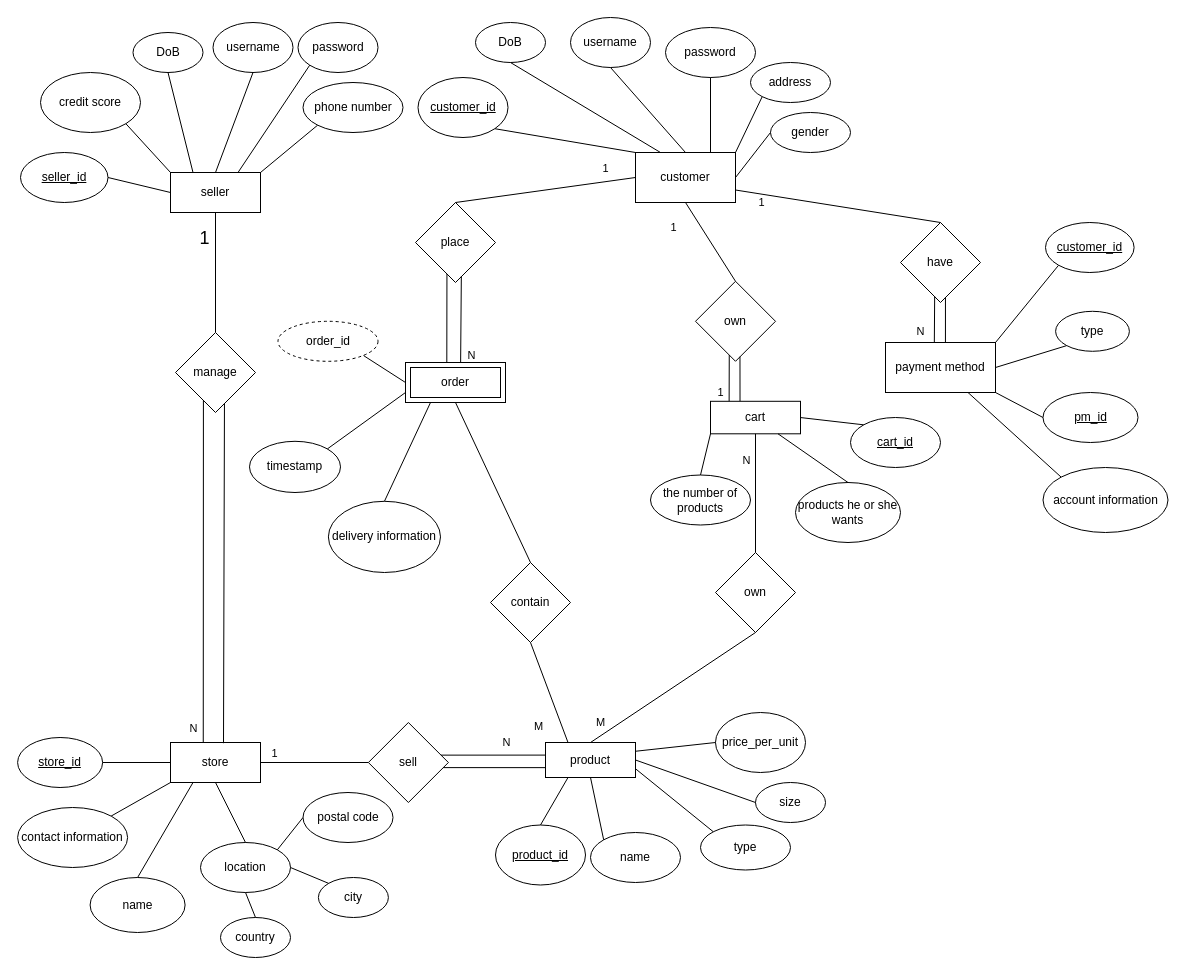
This is 9311-assignment-1.drawio from zhangnailiang/ER, a draw.io file, before an edit. Source tidied: cells renumbered, new cells numbered last; positions are measured from the earlier drawing's top-left corner, leaving out a move shared by most shapes. Both pictures are drawn from the tidied source at 100%, with x=0, y=0 at pixel (17, 17).
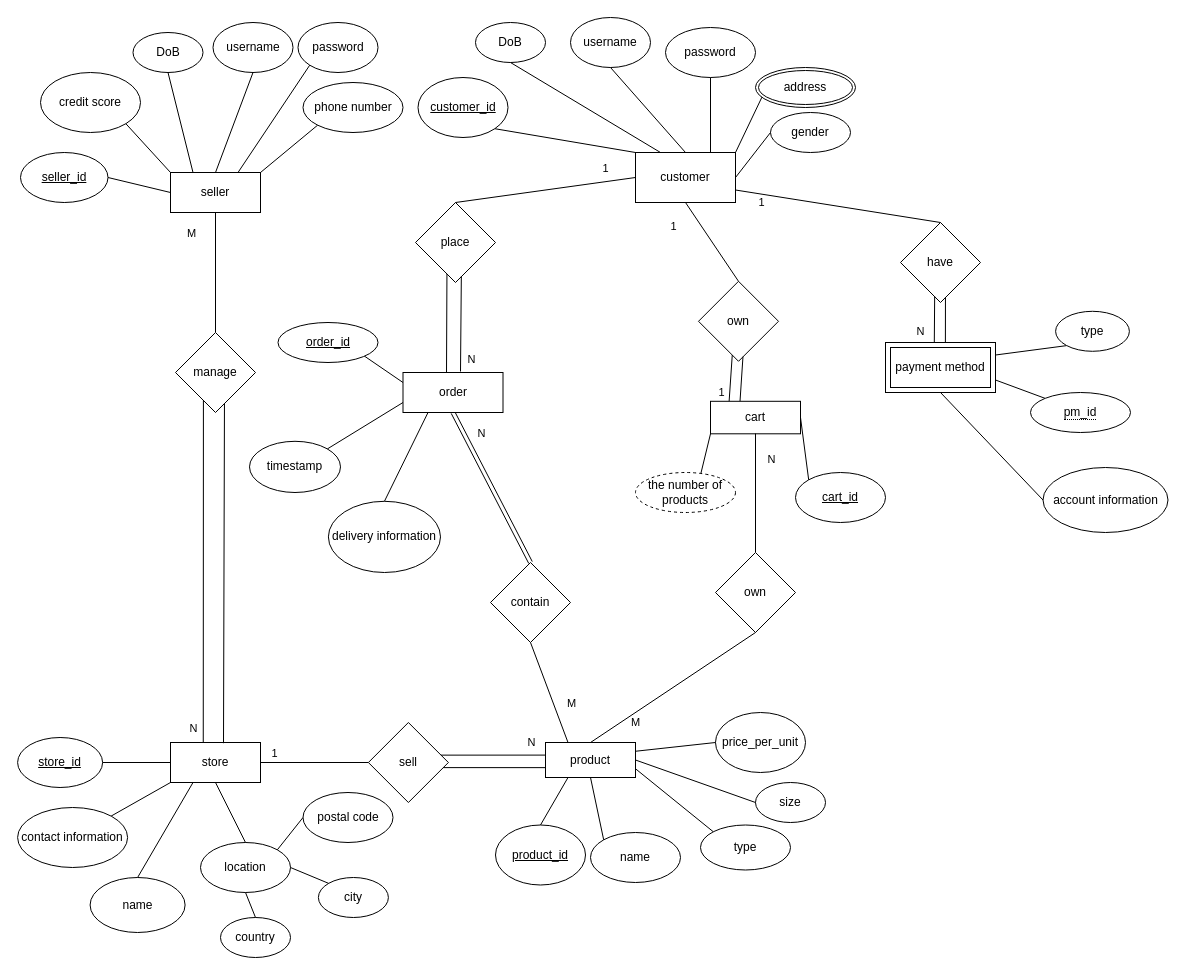
The same diagram, later.

Unchanged cells that the change refers to:
```xml
<mxCell id="17" value="customer" style="rounded=0;whiteSpace=wrap;html=1;" parent="1" vertex="1">
  <mxGeometry x="618" y="135" width="100" height="50" as="geometry" />
</mxCell>
<mxCell id="32" style="endArrow=none;html=1;rounded=0;entryX=0.5;entryY=1;entryDx=0;entryDy=0;" parent="1" edge="1" target="2">
  <mxGeometry relative="1" as="geometry">
    <mxPoint x="198" y="315" as="sourcePoint" />
  </mxGeometry>
</mxCell>
<mxCell id="41" value="place" style="rhombus;whiteSpace=wrap;html=1;" parent="1" vertex="1">
  <mxGeometry x="398" y="185" width="80" height="80" as="geometry" />
</mxCell>
<mxCell id="47" value="contain" style="rhombus;whiteSpace=wrap;html=1;" parent="1" vertex="1">
  <mxGeometry x="473" y="545" width="80" height="80" as="geometry" />
</mxCell>
<mxCell id="49" style="endArrow=none;html=1;rounded=0;exitX=0.25;exitY=0;exitDx=0;exitDy=0;entryX=0.5;entryY=1;entryDx=0;entryDy=0;" parent="1" edge="1" source="24" target="47">
  <mxGeometry relative="1" as="geometry" />
</mxCell>
<mxCell id="51" style="endArrow=none;html=1;rounded=0;entryX=0.002;entryY=0.36;entryDx=0;entryDy=0;entryPerimeter=0;exitX=0.907;exitY=0.408;exitDx=0;exitDy=0;exitPerimeter=0;" parent="1" edge="1" source="38" target="24">
  <mxGeometry relative="1" as="geometry" />
</mxCell>
<mxCell id="55" value="cart" style="rounded=0;whiteSpace=wrap;html=1;" parent="1" vertex="1">
  <mxGeometry x="693" y="383.8" width="90" height="32.5" as="geometry" />
</mxCell>
<mxCell id="60" value="type" style="ellipse;whiteSpace=wrap;html=1;" parent="1" vertex="1">
  <mxGeometry x="1038.1" y="293.8" width="73.8" height="40" as="geometry" />
</mxCell>
<mxCell id="61" value="account information" style="ellipse;whiteSpace=wrap;html=1;" parent="1" vertex="1">
  <mxGeometry x="1025.5" y="450" width="125" height="65" as="geometry" />
</mxCell>
<mxCell id="68" value="own" style="rhombus;whiteSpace=wrap;html=1;" parent="1" vertex="1">
  <mxGeometry x="698" y="535" width="80" height="80" as="geometry" />
</mxCell>
<mxCell id="71" style="endArrow=none;html=1;rounded=0;entryX=0.5;entryY=1;entryDx=0;entryDy=0;exitX=0.5;exitY=0;exitDx=0;exitDy=0;" parent="1" edge="1" source="24" target="68">
  <mxGeometry relative="1" as="geometry" />
</mxCell>
<mxCell id="73" value="have" style="rhombus;whiteSpace=wrap;html=1;" parent="1" vertex="1">
  <mxGeometry x="883" y="205" width="80" height="80" as="geometry" />
</mxCell>
```

Diff of the diagram source:
```diff
@@
-    <mxCell id="23" value="address" style="ellipse;whiteSpace=wrap;html=1;" parent="1" vertex="1">
-      <mxGeometry x="733" y="45" width="80" height="40" as="geometry" />
-    </mxCell>
@@
     <mxCell id="30" value="&lt;u&gt;cart_id&lt;/u&gt;" style="ellipse;whiteSpace=wrap;html=1;" parent="1" vertex="1">
-      <mxGeometry x="833" y="400" width="90" height="50" as="geometry" />
+      <mxGeometry x="778" y="455" width="90" height="50" as="geometry" />
     </mxCell>
-    <mxCell id="31" value="the number of products" style="ellipse;whiteSpace=wrap;html=1;" parent="1" vertex="1">
-      <mxGeometry x="633" y="457.5" width="100" height="50" as="geometry" />
-    </mxCell>
@@
-    <mxCell id="33" value="&lt;font style=&quot;font-size: 18px;&quot;&gt;1&lt;/font&gt;" style="edgeLabel;html=1;align=center;verticalAlign=middle;" parent="32" vertex="1">
-      <mxGeometry x="0.59" relative="1" as="geometry">
-        <mxPoint x="-12" as="offset" />
-      </mxGeometry>
-    </mxCell>
+    <mxCell id="116" value="M" style="edgeLabel;html=1;align=center;verticalAlign=middle;" parent="32" vertex="1">
+      <mxGeometry x="0.67" y="-3" relative="1" as="geometry">
+        <mxPoint x="-28" as="offset" />
+      </mxGeometry>
+    </mxCell>
@@
-    <mxCell id="44" style="endArrow=none;html=1;rounded=0;entryX=0.393;entryY=0.893;entryDx=0;entryDy=0;entryPerimeter=0;exitX=0.417;exitY=-0.008;exitDx=0;exitDy=0;exitPerimeter=0;" parent="1" edge="1" target="41">
-      <mxGeometry relative="1" as="geometry">
-        <mxPoint x="429.3" y="348.5" as="sourcePoint" />
-      </mxGeometry>
+    <mxCell id="44" style="endArrow=none;html=1;rounded=0;entryX=0.393;entryY=0.893;entryDx=0;entryDy=0;entryPerimeter=0;exitX=0.435;exitY=0.025;exitDx=0;exitDy=0;exitPerimeter=0;" parent="1" edge="1" source="115" target="41">
+      <mxGeometry relative="1" as="geometry" />
     </mxCell>
-    <mxCell id="45" style="endArrow=none;html=1;rounded=0;entryX=0.573;entryY=0.922;entryDx=0;entryDy=0;entryPerimeter=0;exitX=0.549;exitY=-0.013;exitDx=0;exitDy=0;exitPerimeter=0;" parent="1" edge="1" target="41">
-      <mxGeometry relative="1" as="geometry">
-        <mxPoint x="443.1" y="348.3" as="sourcePoint" />
-      </mxGeometry>
+    <mxCell id="45" style="endArrow=none;html=1;rounded=0;entryX=0.573;entryY=0.922;entryDx=0;entryDy=0;entryPerimeter=0;exitX=0.575;exitY=-0.025;exitDx=0;exitDy=0;exitPerimeter=0;" parent="1" edge="1" source="115" target="41">
+      <mxGeometry relative="1" as="geometry" />
     </mxCell>
@@
-    <mxCell id="48" style="endArrow=none;html=1;rounded=0;exitX=0.5;exitY=0;exitDx=0;exitDy=0;entryX=0.5;entryY=1;entryDx=0;entryDy=0;" parent="1" edge="1" source="47" target="115">
+    <mxCell id="48" style="endArrow=none;html=1;rounded=0;exitX=0.5;exitY=0;exitDx=0;exitDy=0;entryX=0.5;entryY=1;entryDx=0;entryDy=0;shape=link;" parent="1" edge="1" source="47" target="115">
       <mxGeometry relative="1" as="geometry" />
     </mxCell>
+    <mxCell id="117" value="N" style="edgeLabel;html=1;align=center;verticalAlign=middle;" parent="48" vertex="1">
+      <mxGeometry x="0.53" y="3" relative="1" as="geometry">
+        <mxPoint x="12" y="-16" as="offset" />
+      </mxGeometry>
+    </mxCell>
@@
     <mxCell id="50" value="M" style="edgeLabel;html=1;align=center;verticalAlign=middle;" parent="49" vertex="1">
       <mxGeometry x="-0.18" y="1" relative="1" as="geometry">
-        <mxPoint x="-14" y="24" as="offset" />
+        <mxPoint x="19" y="1" as="offset" />
       </mxGeometry>
     </mxCell>
@@
     <mxCell id="52" value="N" style="edgeLabel;html=1;align=center;verticalAlign=middle;" parent="51" vertex="1">
       <mxGeometry x="0.25" y="-1" relative="1" as="geometry">
-        <mxPoint y="-14" as="offset" />
+        <mxPoint x="25" y="-14" as="offset" />
       </mxGeometry>
     </mxCell>
@@
-    <mxCell id="54" value="payment method" style="rounded=0;whiteSpace=wrap;html=1;" parent="1" vertex="1">
-      <mxGeometry x="868" y="325" width="110" height="50" as="geometry" />
-    </mxCell>
@@
-    <mxCell id="58" value="&lt;u&gt;customer_id&lt;/u&gt;" style="ellipse;whiteSpace=wrap;html=1;" parent="1" vertex="1">
-      <mxGeometry x="1028" y="205" width="88.6" height="50" as="geometry" />
-    </mxCell>
-    <mxCell id="59" value="&lt;u&gt;pm_id&lt;/u&gt;" style="ellipse;whiteSpace=wrap;html=1;" parent="1" vertex="1">
-      <mxGeometry x="1025.5" y="375" width="95" height="50" as="geometry" />
-    </mxCell>
+    <mxCell id="118" style="rounded=0;jettySize=auto;html=1;exitX=0;exitY=0;exitDx=0;exitDy=0;entryX=1;entryY=0.75;entryDx=0;entryDy=0;endArrow=none;endFill=0;" parent="1" edge="1" source="59" target="54">
+      <mxGeometry relative="1" as="geometry" />
+    </mxCell>
+    <mxCell id="119" style="rounded=0;jettySize=auto;html=1;exitX=0;exitY=1;exitDx=0;exitDy=0;entryX=1;entryY=0.25;entryDx=0;entryDy=0;endArrow=none;endFill=0;" parent="1" edge="1" source="60" target="54">
+      <mxGeometry relative="1" as="geometry" />
+    </mxCell>
@@
+    <mxCell id="120" style="rounded=0;jettySize=auto;html=1;exitX=0;exitY=0.5;exitDx=0;exitDy=0;entryX=0.5;entryY=1;entryDx=0;entryDy=0;endArrow=none;endFill=0;" parent="1" edge="1" source="61" target="54">
+      <mxGeometry relative="1" as="geometry" />
+    </mxCell>
@@
     <mxCell id="62" value="own" style="rhombus;whiteSpace=wrap;html=1;" parent="1" vertex="1">
-      <mxGeometry x="678" y="263.8" width="80" height="80" as="geometry" />
+      <mxGeometry x="681" y="263.8" width="80" height="80" as="geometry" />
     </mxCell>
@@
-    <mxCell id="69" style="endArrow=none;html=1;rounded=0;entryX=0.5;entryY=1;entryDx=0;entryDy=0;exitX=0.5;exitY=0;exitDx=0;exitDy=0;" parent="1" edge="1" source="68" target="55">
-      <mxGeometry relative="1" as="geometry" />
+    <mxCell id="69" style="endArrow=none;html=1;rounded=0;entryX=0.5;entryY=1;entryDx=0;entryDy=0;exitX=0.5;exitY=0;exitDx=0;exitDy=0;" parent="1" edge="1">
+      <mxGeometry relative="1" as="geometry">
+        <mxPoint x="738" y="534.8" as="sourcePoint" />
+        <mxPoint x="738" y="416" as="targetPoint" />
+      </mxGeometry>
     </mxCell>
     <mxCell id="70" value="N" style="edgeLabel;html=1;align=center;verticalAlign=middle;" parent="69" vertex="1">
       <mxGeometry x="-0.39" relative="1" as="geometry">
-        <mxPoint x="-10" y="-57" as="offset" />
+        <mxPoint x="15" y="-57" as="offset" />
       </mxGeometry>
     </mxCell>
@@
     <mxCell id="72" value="M" style="edgeLabel;html=1;align=center;verticalAlign=middle;" parent="71" vertex="1">
       <mxGeometry x="0.76" relative="1" as="geometry">
-        <mxPoint x="-136" y="77" as="offset" />
+        <mxPoint x="-101" y="77" as="offset" />
       </mxGeometry>
     </mxCell>
@@
-    <mxCell id="76" style="endArrow=none;html=1;rounded=0;entryX=0.427;entryY=0.925;entryDx=0;entryDy=0;entryPerimeter=0;exitX=0.444;exitY=0;exitDx=0;exitDy=0;exitPerimeter=0;" parent="1" edge="1" source="54" target="73">
-      <mxGeometry relative="1" as="geometry" />
+    <mxCell id="76" style="endArrow=none;html=1;rounded=0;entryX=0.427;entryY=0.925;entryDx=0;entryDy=0;entryPerimeter=0;exitX=0.444;exitY=0;exitDx=0;exitDy=0;exitPerimeter=0;" parent="1" edge="1" target="73">
+      <mxGeometry relative="1" as="geometry">
+        <mxPoint x="916.8" y="325" as="sourcePoint" />
+      </mxGeometry>
     </mxCell>
-    <mxCell id="77" style="endArrow=none;html=1;rounded=0;entryX=0.562;entryY=0.934;entryDx=0;entryDy=0;entryPerimeter=0;exitX=0.545;exitY=-0.003;exitDx=0;exitDy=0;exitPerimeter=0;" parent="1" edge="1" source="54" target="73">
-      <mxGeometry relative="1" as="geometry" />
+    <mxCell id="77" style="endArrow=none;html=1;rounded=0;entryX=0.562;entryY=0.934;entryDx=0;entryDy=0;entryPerimeter=0;exitX=0.545;exitY=-0.003;exitDx=0;exitDy=0;exitPerimeter=0;" parent="1" edge="1" target="73">
+      <mxGeometry relative="1" as="geometry">
+        <mxPoint x="927.9" y="324.8" as="sourcePoint" />
+      </mxGeometry>
     </mxCell>
@@
-    <mxCell id="79" style="endArrow=none;html=1;rounded=0;entryX=0;entryY=1;entryDx=0;entryDy=0;exitX=1;exitY=0;exitDx=0;exitDy=0;" parent="1" edge="1" source="54" target="58">
-      <mxGeometry relative="1" as="geometry" />
-    </mxCell>
-    <mxCell id="80" style="endArrow=none;html=1;rounded=0;entryX=0;entryY=1;entryDx=0;entryDy=0;exitX=1;exitY=0.5;exitDx=0;exitDy=0;" parent="1" edge="1" source="54" target="60">
-      <mxGeometry relative="1" as="geometry" />
-    </mxCell>
-    <mxCell id="81" style="endArrow=none;html=1;rounded=0;entryX=0;entryY=0.5;entryDx=0;entryDy=0;exitX=1;exitY=1;exitDx=0;exitDy=0;" parent="1" edge="1" source="54" target="59">
-      <mxGeometry relative="1" as="geometry" />
-    </mxCell>
-    <mxCell id="82" style="endArrow=none;html=1;rounded=0;entryX=0;entryY=0;entryDx=0;entryDy=0;exitX=0.75;exitY=1;exitDx=0;exitDy=0;" parent="1" edge="1" source="54" target="61">
-      <mxGeometry relative="1" as="geometry" />
-    </mxCell>
-    <mxCell id="83" value="products he or she wants" style="ellipse;whiteSpace=wrap;html=1;" parent="1" vertex="1">
-      <mxGeometry x="778" y="465" width="105" height="60" as="geometry" />
-    </mxCell>
-    <mxCell id="84" style="endArrow=none;html=1;rounded=0;entryX=0;entryY=1;entryDx=0;entryDy=0;exitX=0.5;exitY=0;exitDx=0;exitDy=0;" parent="1" edge="1" source="31" target="55">
-      <mxGeometry relative="1" as="geometry" />
+    <mxCell id="84" style="endArrow=none;html=1;rounded=0;entryX=0;entryY=1;entryDx=0;entryDy=0;exitX=0.5;exitY=0;exitDx=0;exitDy=0;" parent="1" edge="1" target="55">
+      <mxGeometry relative="1" as="geometry">
+        <mxPoint x="683" y="457.5" as="sourcePoint" />
+      </mxGeometry>
     </mxCell>
@@
-    <mxCell id="86" style="endArrow=none;html=1;rounded=0;entryX=0.75;entryY=1;entryDx=0;entryDy=0;exitX=0.5;exitY=0;exitDx=0;exitDy=0;" parent="1" edge="1" source="83" target="55">
-      <mxGeometry relative="1" as="geometry" />
-    </mxCell>
@@
-    <mxCell id="88" style="endArrow=none;html=1;rounded=0;entryX=0;entryY=1;entryDx=0;entryDy=0;exitX=1;exitY=0;exitDx=0;exitDy=0;" parent="1" edge="1" source="17" target="23">
-      <mxGeometry relative="1" as="geometry" />
+    <mxCell id="88" style="endArrow=none;html=1;rounded=0;entryX=0;entryY=1;entryDx=0;entryDy=0;exitX=1;exitY=0;exitDx=0;exitDy=0;" parent="1" edge="1" source="17">
+      <mxGeometry relative="1" as="geometry">
+        <mxPoint x="744.7" y="79.1" as="targetPoint" />
+      </mxGeometry>
     </mxCell>
@@
-    <mxCell id="111" style="endArrow=none;html=1;rounded=0;exitX=1;exitY=1;exitDx=0;exitDy=0;entryX=0;entryY=0.5;entryDx=0;entryDy=0;" parent="1" edge="1" source="114" target="115">
-      <mxGeometry relative="1" as="geometry" />
+    <mxCell id="111" style="endArrow=none;html=1;rounded=0;exitX=1;exitY=1;exitDx=0;exitDy=0;entryX=0;entryY=0.25;entryDx=0;entryDy=0;" parent="1" edge="1" target="115">
+      <mxGeometry relative="1" as="geometry">
+        <mxPoint x="345.9" y="337.9" as="sourcePoint" />
+      </mxGeometry>
     </mxCell>
@@
+    <mxCell id="23" value="address" style="ellipse;shape=doubleEllipse;margin=3;whiteSpace=wrap;html=1;align=center;" parent="1" vertex="1">
+      <mxGeometry x="738" y="50" width="100" height="40" as="geometry" />
+    </mxCell>
-    <mxCell id="114" value="order_id" style="ellipse;whiteSpace=wrap;html=1;align=center;dashed=1;" parent="1" vertex="1">
-      <mxGeometry x="260.5" y="303.8" width="100" height="40" as="geometry" />
+    <mxCell id="114" value="&lt;u&gt;order_id&lt;/u&gt;" style="ellipse;whiteSpace=wrap;html=1;align=center;" parent="1" vertex="1">
+      <mxGeometry x="260.5" y="305" width="100" height="40" as="geometry" />
     </mxCell>
+    <mxCell id="31" value="the number of products" style="ellipse;whiteSpace=wrap;html=1;align=center;dashed=1;" parent="1" vertex="1">
+      <mxGeometry x="618" y="455" width="100" height="40" as="geometry" />
+    </mxCell>
+    <mxCell id="54" value="payment method" style="shape=ext;margin=3;double=1;whiteSpace=wrap;html=1;align=center;" parent="1" vertex="1">
+      <mxGeometry x="868" y="325" width="110" height="50" as="geometry" />
+    </mxCell>
-    <mxCell id="115" value="order" style="shape=ext;margin=3;double=1;whiteSpace=wrap;html=1;align=center;" parent="1" vertex="1">
-      <mxGeometry x="388" y="345" width="100" height="40" as="geometry" />
+    <mxCell id="115" value="order" style="whiteSpace=wrap;html=1;align=center;" parent="1" vertex="1">
+      <mxGeometry x="385.5" y="355" width="100" height="40" as="geometry" />
     </mxCell>
+    <mxCell id="59" value="&lt;span style=&quot;border-bottom: 1px dotted&quot;&gt;pm_id&lt;/span&gt;" style="ellipse;whiteSpace=wrap;html=1;align=center;" parent="1" vertex="1">
+      <mxGeometry x="1013" y="375" width="100" height="40" as="geometry" />
+    </mxCell>
```
